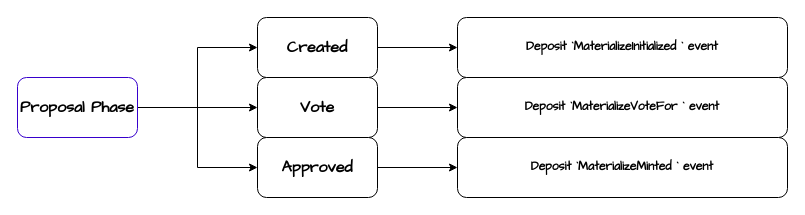
Earlier version of the draw.io diagram drawio/bridge_proposal.drawio (0xrjman/resources). Source tidied: cells renumbered, new cells numbered last; positions are measured from the earlier drawing's top-left corner, leaving out a move shared by most shapes. Both pictures are drawn from the tidied source at 100%, with x=0, y=0 at pixel (17, 17).
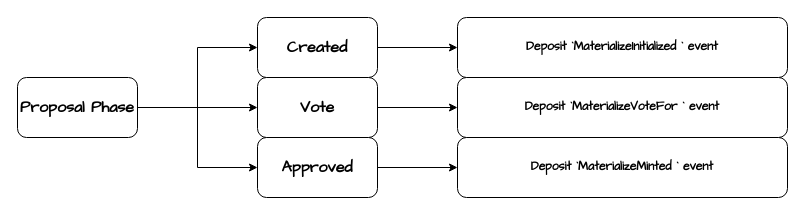
The same diagram, later.

Diff of the diagram source:
```diff
@@
 <mxGraphModel>
   <root>
     <mxCell id="0" />
     <mxCell id="1" parent="0" />
     <mxCell id="2" style="edgeStyle=orthogonalEdgeStyle;rounded=0;jettySize=auto;html=1;fontFamily=Comic Sans MS;fontStyle=1;" parent="1" edge="1" source="5" target="7">
       <mxGeometry relative="1" as="geometry" />
     </mxCell>
     <mxCell id="3" style="edgeStyle=orthogonalEdgeStyle;rounded=0;jettySize=auto;html=1;fontFamily=Comic Sans MS;fontStyle=1;" parent="1" edge="1" source="5" target="9">
       <mxGeometry relative="1" as="geometry" />
     </mxCell>
     <mxCell id="4" style="edgeStyle=orthogonalEdgeStyle;rounded=0;jettySize=auto;html=1;exitX=1;exitY=0.5;exitDx=0;exitDy=0;entryX=0;entryY=0.5;entryDx=0;entryDy=0;fontFamily=Comic Sans MS;fontStyle=1;" parent="1" edge="1" source="5" target="13">
       <mxGeometry relative="1" as="geometry" />
     </mxCell>
-    <mxCell id="5" value="Proposal Phase" style="rounded=1;whiteSpace=wrap;html=1;fontFamily=Comic Sans MS;fontStyle=1;fillColor=#FFFFFF;fontColor=#000000;strokeColor=#3700CC;gradientColor=none;fontSize=16;" parent="1" vertex="1">
+    <mxCell id="5" value="Proposal Phase" style="rounded=1;whiteSpace=wrap;html=1;fontFamily=Comic Sans MS;fontStyle=1;fillColor=#FFFFFF;fontColor=#000000;strokeColor=#000000;gradientColor=none;fontSize=16;" parent="1" vertex="1">
       <mxGeometry y="60" width="120" height="60" as="geometry" />
     </mxCell>
     <mxCell id="6" style="edgeStyle=orthogonalEdgeStyle;rounded=0;jettySize=auto;html=1;fontFamily=Comic Sans MS;fontStyle=1;" parent="1" edge="1" source="7" target="10">
       <mxGeometry relative="1" as="geometry" />
     </mxCell>
     <mxCell id="7" value="Created" style="rounded=1;whiteSpace=wrap;html=1;fontFamily=Comic Sans MS;fontStyle=1;strokeColor=default;fontSize=16;" parent="1" vertex="1">
       <mxGeometry x="240" width="120" height="60" as="geometry" />
     </mxCell>
     <mxCell id="8" style="edgeStyle=orthogonalEdgeStyle;rounded=0;jettySize=auto;html=1;fontFamily=Comic Sans MS;fontStyle=1;" parent="1" edge="1" source="9" target="11">
       <mxGeometry relative="1" as="geometry" />
     </mxCell>
     <mxCell id="9" value="Vote" style="rounded=1;whiteSpace=wrap;html=1;fontFamily=Comic Sans MS;fontStyle=1;strokeColor=default;fontSize=16;" parent="1" vertex="1">
       <mxGeometry x="240" y="60" width="120" height="60" as="geometry" />
     </mxCell>
     <mxCell id="10" value="Deposit `&lt;span style=&quot;&quot;&gt;MaterializeInitialized &lt;/span&gt;` event" style="rounded=1;whiteSpace=wrap;html=1;fontFamily=Comic Sans MS;fontStyle=1;labelBackgroundColor=default;fontColor=default;" parent="1" vertex="1">
       <mxGeometry x="440" width="330" height="60" as="geometry" />
     </mxCell>
     <mxCell id="11" value="Deposit `&lt;span style=&quot;&quot;&gt;MaterializeVoteFor&amp;nbsp;&lt;/span&gt;` event" style="rounded=1;whiteSpace=wrap;html=1;fontFamily=Comic Sans MS;fontStyle=1;labelBackgroundColor=default;fontColor=default;" parent="1" vertex="1">
       <mxGeometry x="440" y="60" width="330" height="60" as="geometry" />
     </mxCell>
     <mxCell id="12" style="edgeStyle=orthogonalEdgeStyle;rounded=0;jettySize=auto;html=1;fontFamily=Comic Sans MS;fontStyle=1;" parent="1" edge="1" source="13" target="14">
       <mxGeometry relative="1" as="geometry" />
     </mxCell>
     <mxCell id="13" value="Approved" style="rounded=1;whiteSpace=wrap;html=1;fontFamily=Comic Sans MS;fontStyle=1;strokeColor=default;fontSize=16;" parent="1" vertex="1">
       <mxGeometry x="240" y="120" width="120" height="60" as="geometry" />
     </mxCell>
     <mxCell id="14" value="Deposit `&lt;span style=&quot;&quot;&gt;MaterializeMinted&lt;/span&gt;&lt;span style=&quot;&quot;&gt;&amp;nbsp;&lt;/span&gt;` event" style="rounded=1;whiteSpace=wrap;html=1;fontFamily=Comic Sans MS;fontStyle=1;labelBackgroundColor=default;fontColor=default;" parent="1" vertex="1">
       <mxGeometry x="440" y="120" width="330" height="60" as="geometry" />
     </mxCell>
   </root>
 </mxGraphModel>
```
